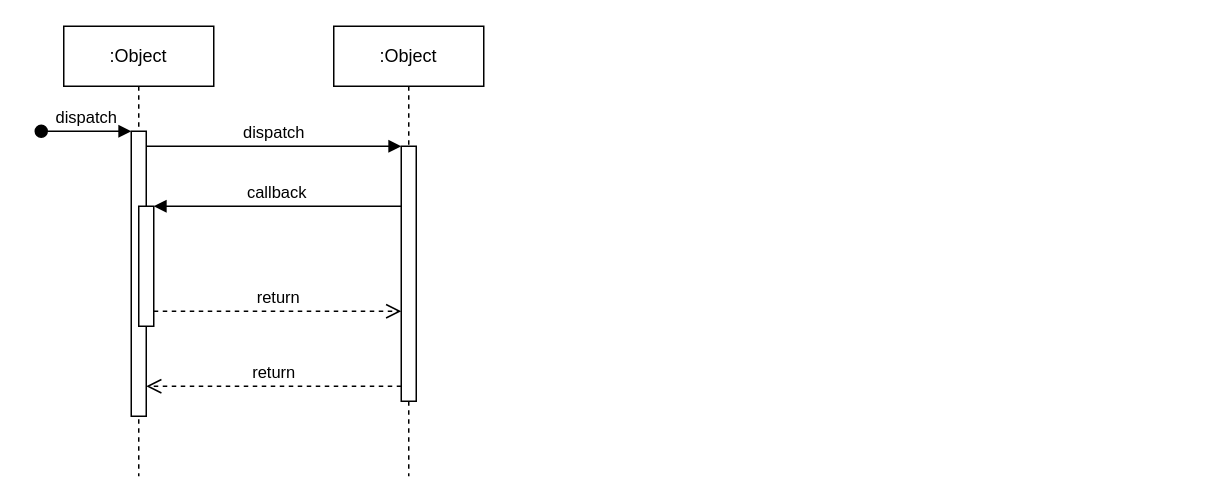
Earlier version of the draw.io diagram src/assets/UML Sequence Diagram.drawio (musajoof/Travel-Expert). Source tidied: cells renumbered, new cells numbered last; positions are measured from the earlier drawing's top-left corner, leaving out a move shared by most shapes. Both pictures are drawn from the tidied source at 150%, with x=0, y=0 at pixel (40, 26).
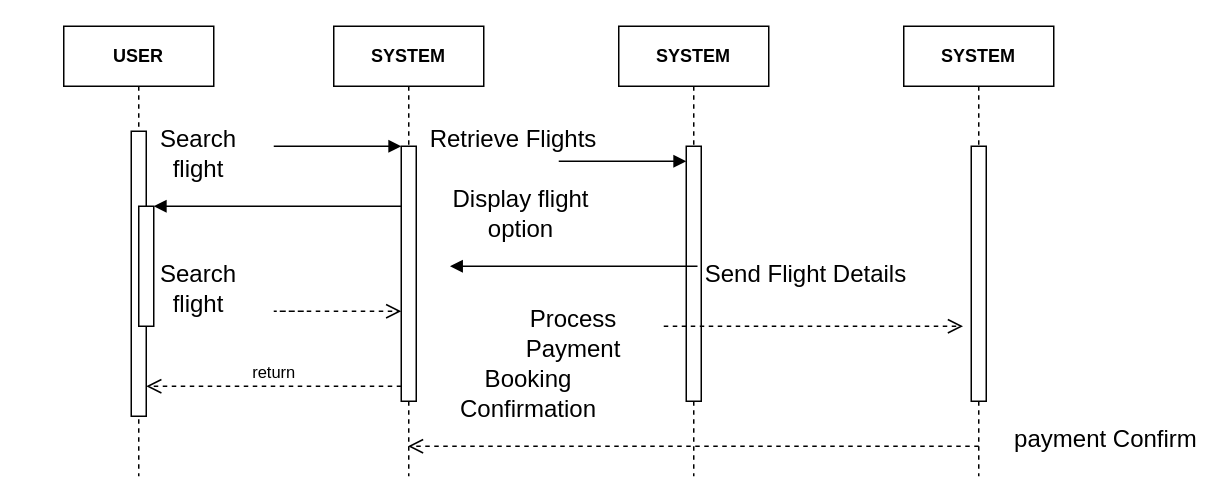
Above is the later version.

Unchanged cells that the change refers to:
```xml
<mxCell id="3" style="html=1;points=[];perimeter=orthogonalPerimeter;outlineConnect=0;targetShapes=umlLifeline;portConstraint=eastwest;newEdgeStyle={&quot;edgeStyle&quot;:&quot;elbowEdgeStyle&quot;,&quot;elbow&quot;:&quot;vertical&quot;,&quot;curved&quot;:0,&quot;rounded&quot;:0};" parent="2" vertex="1">
  <mxGeometry x="45" y="70" width="10" height="190" as="geometry" />
</mxCell>
<mxCell id="5" style="html=1;points=[];perimeter=orthogonalPerimeter;outlineConnect=0;targetShapes=umlLifeline;portConstraint=eastwest;newEdgeStyle={&quot;edgeStyle&quot;:&quot;elbowEdgeStyle&quot;,&quot;elbow&quot;:&quot;vertical&quot;,&quot;curved&quot;:0,&quot;rounded&quot;:0};" parent="2" vertex="1">
  <mxGeometry x="50" y="120" width="10" height="80" as="geometry" />
</mxCell>
<mxCell id="7" style="html=1;points=[];perimeter=orthogonalPerimeter;outlineConnect=0;targetShapes=umlLifeline;portConstraint=eastwest;newEdgeStyle={&quot;edgeStyle&quot;:&quot;elbowEdgeStyle&quot;,&quot;elbow&quot;:&quot;vertical&quot;,&quot;curved&quot;:0,&quot;rounded&quot;:0};" parent="6" vertex="1">
  <mxGeometry x="45" y="80" width="10" height="170" as="geometry" />
</mxCell>
```

Diff of the diagram source:
```diff
@@
-    <mxCell id="2" value=":Object" style="shape=umlLifeline;perimeter=lifelinePerimeter;whiteSpace=wrap;html=1;newEdgeStyle={&quot;edgeStyle&quot;:&quot;elbowEdgeStyle&quot;,&quot;elbow&quot;:&quot;vertical&quot;,&quot;curved&quot;:0,&quot;rounded&quot;:0};" parent="1" vertex="1">
+    <mxCell id="2" value="&lt;b&gt;USER&lt;/b&gt;" style="shape=umlLifeline;perimeter=lifelinePerimeter;whiteSpace=wrap;html=1;newEdgeStyle={&quot;edgeStyle&quot;:&quot;elbowEdgeStyle&quot;,&quot;elbow&quot;:&quot;vertical&quot;,&quot;curved&quot;:0,&quot;rounded&quot;:0};" parent="1" vertex="1">
       <mxGeometry x="15" width="100" height="300" as="geometry" />
     </mxCell>
@@
-    <mxCell id="4" value="dispatch" style="html=1;verticalAlign=bottom;startArrow=oval;endArrow=block;startSize=8;edgeStyle=elbowEdgeStyle;elbow=vertical;curved=0;rounded=0;" parent="2" edge="1" target="3">
-      <mxGeometry relative="1" as="geometry">
-        <mxPoint x="-15" y="70" as="sourcePoint" />
-      </mxGeometry>
-    </mxCell>
@@
-    <mxCell id="6" value=":Object" style="shape=umlLifeline;perimeter=lifelinePerimeter;whiteSpace=wrap;html=1;outlineConnect=0;portConstraint=eastwest;newEdgeStyle={&quot;edgeStyle&quot;:&quot;elbowEdgeStyle&quot;,&quot;elbow&quot;:&quot;vertical&quot;,&quot;curved&quot;:0,&quot;rounded&quot;:0};" parent="1" vertex="1">
+    <mxCell id="6" value="&lt;b&gt;SYSTEM&lt;/b&gt;" style="shape=umlLifeline;perimeter=lifelinePerimeter;whiteSpace=wrap;html=1;outlineConnect=0;portConstraint=eastwest;newEdgeStyle={&quot;edgeStyle&quot;:&quot;elbowEdgeStyle&quot;,&quot;elbow&quot;:&quot;vertical&quot;,&quot;curved&quot;:0,&quot;rounded&quot;:0};" parent="1" vertex="1">
       <mxGeometry x="195" width="100" height="300" as="geometry" />
     </mxCell>
@@
-    <mxCell id="8" value="dispatch" style="html=1;verticalAlign=bottom;endArrow=block;edgeStyle=elbowEdgeStyle;elbow=vertical;curved=0;rounded=0;" parent="1" edge="1" source="3" target="7">
+    <mxCell id="8" style="html=1;verticalAlign=bottom;endArrow=block;edgeStyle=elbowEdgeStyle;elbow=vertical;curved=0;rounded=0;" parent="1" edge="1" target="7">
       <mxGeometry relative="1" as="geometry">
+        <mxPoint x="165" y="80" as="sourcePoint" />
         <Array as="points">
           <mxPoint x="155" y="80" />
         </Array>
       </mxGeometry>
     </mxCell>
@@
-    <mxCell id="10" value="callback" style="html=1;verticalAlign=bottom;endArrow=block;edgeStyle=elbowEdgeStyle;elbow=vertical;curved=0;rounded=0;" parent="1" edge="1" source="7" target="5">
+    <mxCell id="10" style="html=1;verticalAlign=bottom;endArrow=block;edgeStyle=elbowEdgeStyle;elbow=vertical;curved=0;rounded=0;" parent="1" edge="1" source="7" target="5">
       <mxGeometry relative="1" as="geometry">
         <Array as="points">
           <mxPoint x="165" y="120" />
         </Array>
       </mxGeometry>
     </mxCell>
-    <mxCell id="11" value="return" style="html=1;verticalAlign=bottom;endArrow=open;dashed=1;endSize=8;edgeStyle=elbowEdgeStyle;elbow=vertical;curved=0;rounded=0;" parent="1" edge="1" source="5" target="7">
+    <mxCell id="11" style="html=1;verticalAlign=bottom;endArrow=open;dashed=1;endSize=8;edgeStyle=elbowEdgeStyle;elbow=vertical;curved=0;rounded=0;" parent="1" edge="1" target="7">
       <mxGeometry relative="1" as="geometry">
+        <mxPoint x="175" y="190" as="sourcePoint" />
         <Array as="points">
           <mxPoint x="155" y="190" />
         </Array>
       </mxGeometry>
     </mxCell>
+    <mxCell id="12" value="&lt;b&gt;SYSTEM&lt;/b&gt;" style="shape=umlLifeline;perimeter=lifelinePerimeter;whiteSpace=wrap;html=1;newEdgeStyle={&quot;edgeStyle&quot;:&quot;elbowEdgeStyle&quot;,&quot;elbow&quot;:&quot;vertical&quot;,&quot;curved&quot;:0,&quot;rounded&quot;:0};" parent="1" vertex="1">
+      <mxGeometry x="385" width="100" height="300" as="geometry" />
+    </mxCell>
+    <mxCell id="13" style="html=1;perimeter=orthogonalPerimeter;targetShapes=umlLifeline;newEdgeStyle={&quot;edgeStyle&quot;:&quot;elbowEdgeStyle&quot;,&quot;elbow&quot;:&quot;vertical&quot;,&quot;curved&quot;:0,&quot;rounded&quot;:0};" parent="12" vertex="1">
+      <mxGeometry x="45" y="80" width="10" height="170" as="geometry" />
+    </mxCell>
+    <mxCell id="14" value="&lt;b&gt;SYSTEM&lt;/b&gt;" style="shape=umlLifeline;perimeter=lifelinePerimeter;whiteSpace=wrap;html=1;newEdgeStyle={&quot;edgeStyle&quot;:&quot;elbowEdgeStyle&quot;,&quot;elbow&quot;:&quot;vertical&quot;,&quot;curved&quot;:0,&quot;rounded&quot;:0};" parent="1" vertex="1">
+      <mxGeometry x="575" width="100" height="300" as="geometry" />
+    </mxCell>
+    <mxCell id="15" style="html=1;perimeter=orthogonalPerimeter;targetShapes=umlLifeline;newEdgeStyle={&quot;edgeStyle&quot;:&quot;elbowEdgeStyle&quot;,&quot;elbow&quot;:&quot;vertical&quot;,&quot;curved&quot;:0,&quot;rounded&quot;:0};" parent="14" vertex="1">
+      <mxGeometry x="45" y="80" width="10" height="170" as="geometry" />
+    </mxCell>
+    <mxCell id="16" value="Search flight" style="text;strokeColor=none;fillColor=none;html=1;align=center;verticalAlign=middle;whiteSpace=wrap;rounded=0;fontSize=16;" parent="1" vertex="1">
+      <mxGeometry x="75" y="70" width="60" height="30" as="geometry" />
+    </mxCell>
+    <mxCell id="17" value="Display flight option" style="text;strokeColor=none;fillColor=none;html=1;align=center;verticalAlign=middle;whiteSpace=wrap;rounded=0;fontSize=16;" parent="1" vertex="1">
+      <mxGeometry x="265" y="110" width="110" height="30" as="geometry" />
+    </mxCell>
+    <mxCell id="18" value="Search flight" style="text;strokeColor=none;fillColor=none;html=1;align=center;verticalAlign=middle;whiteSpace=wrap;rounded=0;fontSize=16;" parent="1" vertex="1">
+      <mxGeometry x="75" y="160" width="60" height="30" as="geometry" />
+    </mxCell>
+    <mxCell id="19" value="Booking Confirmation" style="text;strokeColor=none;fillColor=none;html=1;align=center;verticalAlign=middle;whiteSpace=wrap;rounded=0;fontSize=16;" parent="1" vertex="1">
+      <mxGeometry x="265" y="230" width="120" height="30" as="geometry" />
+    </mxCell>
+    <mxCell id="20" style="html=1;verticalAlign=bottom;endArrow=open;dashed=1;endSize=8;curved=0;rounded=0;fontSize=12;" parent="1" edge="1" target="6">
+      <mxGeometry relative="1" as="geometry">
+        <mxPoint x="625" y="280" as="sourcePoint" />
+      </mxGeometry>
+    </mxCell>
+    <mxCell id="21" value="payment Confirm" style="text;strokeColor=none;fillColor=none;html=1;align=center;verticalAlign=middle;whiteSpace=wrap;rounded=0;fontSize=16;" parent="1" vertex="1">
+      <mxGeometry x="645" y="260" width="130" height="30" as="geometry" />
+    </mxCell>
+    <mxCell id="22" style="html=1;verticalAlign=bottom;endArrow=open;dashed=1;endSize=8;edgeStyle=elbowEdgeStyle;elbow=horizontal;curved=0;rounded=0;" parent="1" edge="1" source="23">
+      <mxGeometry relative="1" as="geometry">
+        <mxPoint x="614.5" y="200" as="targetPoint" />
+        <Array as="points">
+          <mxPoint x="400" y="200" />
+        </Array>
+      </mxGeometry>
+    </mxCell>
+    <mxCell id="23" value="Process Payment" style="text;strokeColor=none;fillColor=none;html=1;align=center;verticalAlign=middle;whiteSpace=wrap;rounded=0;fontSize=16;" parent="1" vertex="1">
+      <mxGeometry x="295" y="190" width="120" height="30" as="geometry" />
+    </mxCell>
+    <mxCell id="24" style="html=1;verticalAlign=bottom;endArrow=block;edgeStyle=elbowEdgeStyle;elbow=vertical;curved=0;rounded=0;" parent="1" edge="1">
+      <mxGeometry relative="1" as="geometry">
+        <mxPoint x="355" y="90" as="sourcePoint" />
+        <mxPoint x="430" y="90" as="targetPoint" />
+        <Array as="points">
+          <mxPoint x="345" y="90" />
+        </Array>
+      </mxGeometry>
+    </mxCell>
+    <mxCell id="25" style="html=1;verticalAlign=bottom;endArrow=block;edgeStyle=elbowEdgeStyle;elbow=vertical;curved=0;rounded=0;" parent="1" edge="1">
+      <mxGeometry relative="1" as="geometry">
+        <mxPoint x="437.5" y="160" as="sourcePoint" />
+        <mxPoint x="272.5" y="160" as="targetPoint" />
+        <Array as="points">
+          <mxPoint x="362.5" y="160" />
+        </Array>
+      </mxGeometry>
+    </mxCell>
+    <mxCell id="26" value="Send Flight Details" style="text;strokeColor=none;fillColor=none;html=1;align=center;verticalAlign=middle;whiteSpace=wrap;rounded=0;fontSize=16;" parent="1" vertex="1">
+      <mxGeometry x="435" y="150" width="150" height="30" as="geometry" />
+    </mxCell>
+    <mxCell id="27" value="Retrieve Flights" style="text;strokeColor=none;fillColor=none;html=1;align=center;verticalAlign=middle;whiteSpace=wrap;rounded=0;fontSize=16;" parent="1" vertex="1">
+      <mxGeometry x="255" y="60" width="120" height="30" as="geometry" />
+    </mxCell>
```
